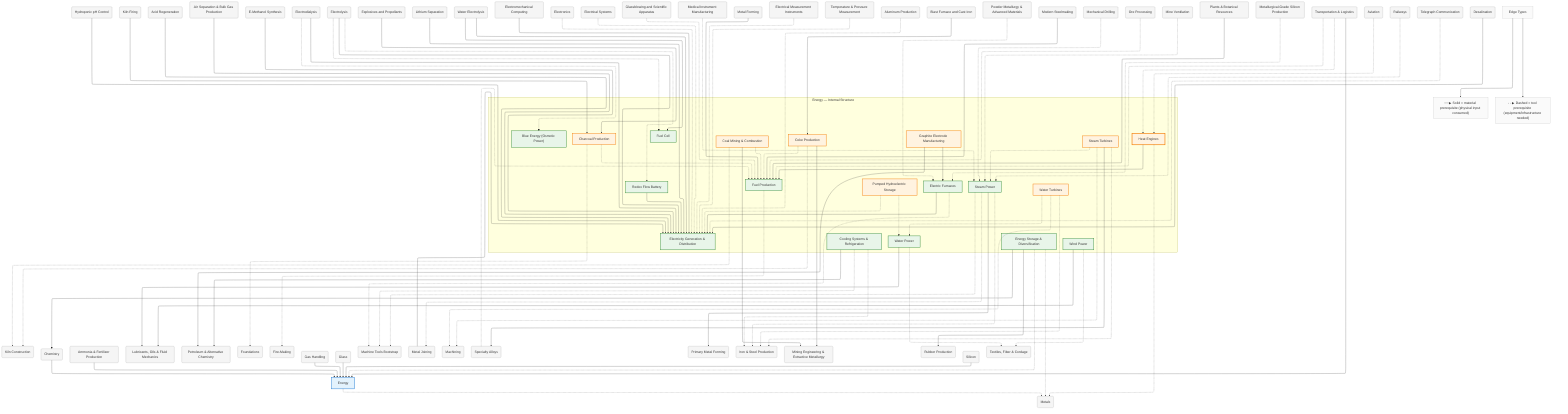
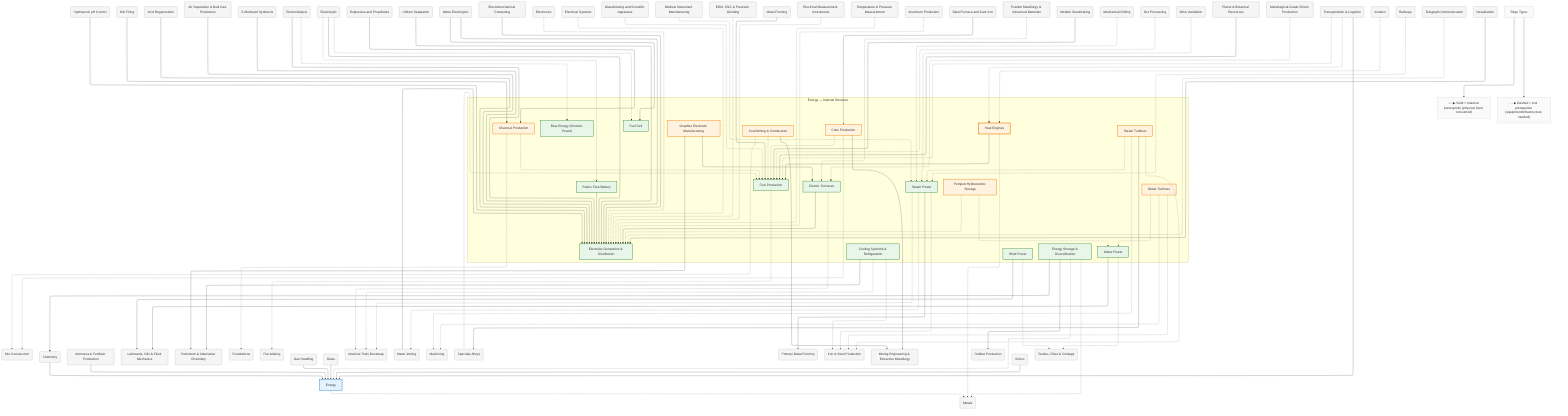
%%{init: {"flowchart": {"defaultRenderer": "elk", "htmlLabels": true}}}%%
graph TD
    %% Domain: Energy

    %% ==================== INTERNAL NODES ====================
    subgraph energy_internal ["Energy — Internal Structure"]
        direction TB
        energy_gravity["Water Power"]
        energy_wind["Wind Power"]
        energy_fuels["Fuel Production"]
        energy_fuels_charcoal["Charcoal Production"]
        energy_fuels_coal["Coal Mining & Combustion"]
        energy_fuels_coke["Coke Production"]
        energy_steam-power["Steam Power"]
        energy_engine["Heat Engines"]
        energy_electricity["Electricity Generation & Distribution"]
        energy_electric-furnaces["Electric Furnaces"]
        energy_cooling["Cooling Systems & Refrigeration"]
        energy_storage["Energy Storage & Diversification"]
        energy_steam-power_steam-turbines["Steam Turbines"]
        energy_gravity_water-turbines["Water Turbines"]
        energy_storage_pumped-hydro["Pumped Hydroelectric Storage"]
        energy_electric-furnaces_electrode-manufacturing["Graphite Electrode Manufacturing"]
        energy_redox-flow-battery["Redox Flow Battery"]
        energy_fuel-cell["Fuel Cell"]
        energy_blue-energy["Blue Energy (Osmotic Power)"]
    end

    %% ==================== DOMAIN NODE ====================
    energy["Energy"]

    %% ==================== EXTERNAL DEPENDENCIES ====================
    agriculture_hydroponic-ph-control("Hydroponic pH Control")
    ceramics_kilns("Kiln Construction")
    ceramics_pottery_kiln-firing("Kiln Firing")
    chemistry("Chemistry")
    chemistry_acid-regeneration("Acid Regeneration")
    chemistry_air-separation("Air Separation & Bulk Gas Production")
    chemistry_ammonia("Ammonia & Fertilizer Production")
    chemistry_e-methanol("E-Methanol Synthesis")
    chemistry_electrodialysis("Electrodialysis")
    chemistry_electrolysis("Electrolysis")
    chemistry_explosives("Explosives and Propellants")
    chemistry_lithium-separation("Lithium Separation")
    chemistry_lubricants("Lubricants, Oils & Fluid Mechanics")
    chemistry_petroleum-alternatives("Petroleum & Alternative Chemistry")
    chemistry_water-electrolysis("Water Electrolysis")
    computing_electromechanical("Electromechanical Computing")
    electronics("Electronics")
    electronics_electrical-systems("Electrical Systems")
    foundations("Foundations")
    foundations_fire("Fire-Making")
    gas-handling("Gas Handling")
    glass("Glass")
    glass_advanced_glassblowing("Glassblowing and Scientific Apparatus")
    health_medical-instruments("Medical Instrument Manufacturing")
    machine-tools("Machine Tools Bootstrap")
+     machine-tools_edm-cnc("EDM, CNC & Precision Grinding")
    machine-tools_forming("Metal Forming")
    machine-tools_joining("Metal Joining")
    machine-tools_machining("Machining")
    measurement_electrical-instruments("Electrical Measurement Instruments")
    measurement_temperature-pressure("Temperature & Pressure Measurement")
    metals("Metals")
    metals_alloys("Specialty Alloys")
    metals_aluminum("Aluminum Production")
    metals_forming("Primary Metal Forming")
    metals_iron-steel("Iron & Steel Production")
    metals_iron-steel_blast-furnace("Blast Furnace and Cast Iron")
    metals_powder-metallurgy("Powder Metallurgy & Advanced Materials")
    metals_steelmaking("Modern Steelmaking")
    mining("Mining Engineering & Extractive Metallurgy")
    mining_drilling("Mechanical Drilling")
    mining_processing("Ore Processing")
    mining_ventilation("Mine Ventilation")
    plants("Plants & Botanical Resources")
    polymers_rubber("Rubber Production")
    silicon("Silicon")
    silicon_mg-si-production("Metallurgical-Grade Silicon Production")
    textiles("Textiles, Fiber & Cordage")
    transport("Transportation & Logistics")
    transport_aviation("Aviation")
    transport_railways("Railways")
    transport_telegraph("Telegraph Communication")
    water_desalination("Desalination")

    %% ==================== EDGES ====================
    energy_electric-furnaces --> energy_electricity
    energy_storage -.-> energy
    energy_fuels_charcoal -.-> energy_fuels
    energy_fuels_coal -.-> energy_fuels
    energy_fuels_coke -.-> energy_fuels
    energy_engine --> energy_fuels
    energy_steam-power_steam-turbines -.-> energy_steam-power
    energy_gravity_water-turbines -.-> energy_gravity
    energy_storage_pumped-hydro -.-> energy_gravity
    energy_storage_pumped-hydro -.-> energy_electricity
    energy_electric-furnaces_electrode-manufacturing --> energy_electric-furnaces
    energy_redox-flow-battery --> energy_electricity
    energy_gravity -.-> textiles
    energy_wind -.-> textiles
    energy_gravity --> chemistry_lubricants
    energy_wind --> chemistry_lubricants
    energy -.-> metals
    energy_fuels_coal -.-> ceramics_kilns
    energy_fuels_coke -.-> ceramics_kilns
    energy_fuels_coal --> mining
    energy_fuels_coke --> mining
    energy_steam-power -.-> machine-tools
    energy_steam-power -.-> metals_iron-steel
    energy_steam-power -.-> machine-tools_joining
    energy_electric-furnaces -.-> machine-tools
    energy_cooling -.-> machine-tools
    energy_cooling -.-> metals_iron-steel
    energy_cooling --> chemistry_petroleum-alternatives
    chemistry_electrolysis --> energy_electricity
    machine-tools_joining --> energy_electricity
    chemistry --> energy
    glass --> energy
    gas-handling --> energy
    silicon --> energy
    silicon_mg-si-production -.-> energy_electric-furnaces
    chemistry_air-separation --> energy_electricity
    energy_storage --> chemistry
    energy_storage -.-> metals
    transport --> energy
    energy_fuels_charcoal -.-> foundations
    ceramics_pottery_kiln-firing --> energy_fuels_charcoal
    energy_fuels -.-> foundations_fire
    machine-tools_forming --> energy_fuels
+     machine-tools_edm-cnc -.-> energy_electricity
    computing_electromechanical --> energy_electricity
    mining_processing -.-> energy_fuels
    energy_storage --> polymers_rubber
    transport_railways -.-> energy_steam-power
    measurement_temperature-pressure -.-> energy_electricity
    energy_engine -.-> metals
    transport_aviation -.-> energy_engine
    transport -.-> energy_engine
    energy_steam-power_steam-turbines -.-> metals_iron-steel
    energy_steam-power_steam-turbines -.-> machine-tools_machining
    energy_gravity_water-turbines -.-> metals_iron-steel
    energy_gravity_water-turbines -.-> machine-tools_machining
    energy_electric-furnaces_electrode-manufacturing --> chemistry_petroleum-alternatives
    metals_iron-steel_blast-furnace --> energy_fuels_coke
    transport_telegraph -.-> energy_electricity
    chemistry_explosives --> energy_fuels_charcoal
    glass_advanced_glassblowing -.-> energy_fuels
    transport -.-> energy_fuels
    plants --> energy_fuels
    chemistry_ammonia --> energy
    metals_steelmaking --> energy_fuels
    metals_aluminum -.-> energy_electricity
    energy_steam-power_steam-turbines --> metals_alloys
    energy_steam-power --> metals_forming
    metals_powder-metallurgy -.-> energy_electric-furnaces
    metals_alloys -.-> energy_fuels
    mining_drilling -.-> energy_steam-power
    mining_ventilation -.-> energy_steam-power
    measurement_electrical-instruments -.-> energy_electricity
    health_medical-instruments -.-> energy_steam-power
    chemistry_electrolysis -.-> energy_redox-flow-battery
    chemistry_electrolysis -.-> energy_fuel-cell
    chemistry_water-electrolysis --> energy_electricity
    chemistry_e-methanol --> energy_electricity
    chemistry_electrodialysis --> energy_electricity
    water_desalination --> energy_electricity
    agriculture_hydroponic-ph-control --> energy_electricity
    chemistry_lithium-separation --> energy_electricity
    chemistry_acid-regeneration --> energy_electricity
    chemistry_water-electrolysis --> energy_fuel-cell
    chemistry_electrodialysis -.-> energy_blue-energy
    electronics -.-> energy_electricity
    electronics_electrical-systems -.-> energy_electricity

    %% ==================== EDGE TYPE LEGEND ====================
    EdgeLegend["Edge Types"]
    EdgeLegend --> MatNote["──▶ Solid = material prerequisite (physical input consumed)"]
    EdgeLegend --> ToolNote["- - ▶ Dashed = tool prerequisite (equipment/infrastructure needed)"]

    %% ==================== STYLING ====================
    classDef domain fill:#e3f2fd,stroke:#1976d2,stroke-width:2px
    classDef capability fill:#e8f5e9,stroke:#388e3c,stroke-width:2px
    classDef process fill:#fff3e0,stroke:#f57c00,stroke-width:2px
    classDef critical fill:#fff3e0,stroke:#f57c00,stroke-width:3px
    classDef earlyWin fill:#e8f5e9,stroke:#388e3c,stroke-width:3px
    classDef pinnacle fill:#fce4ec,stroke:#c62828,stroke-width:3px
    classDef external fill:#f5f5f5,stroke:#9e9e9e,stroke-width:1px
    classDef legend fill:#fafafa,stroke:#bdbdbd,stroke-width:1px
    class energy domain
    class energy_gravity capability
    class energy_wind capability
    class energy_fuels capability
    class energy_fuels_charcoal process
    class energy_fuels_coal process
    class energy_fuels_coke process
    class energy_steam-power capability
    class energy_engine critical
    class energy_electricity capability
    class energy_electric-furnaces capability
    class energy_cooling capability
    class energy_storage capability
    class energy_steam-power_steam-turbines process
    class energy_gravity_water-turbines process
    class energy_storage_pumped-hydro process
    class energy_electric-furnaces_electrode-manufacturing process
    class energy_redox-flow-battery capability
    class energy_fuel-cell capability
    class energy_blue-energy capability
    class agriculture_hydroponic-ph-control external
    class ceramics_kilns external
    class ceramics_pottery_kiln-firing external
    class chemistry external
    class chemistry_acid-regeneration external
    class chemistry_air-separation external
    class chemistry_ammonia external
    class chemistry_e-methanol external
    class chemistry_electrodialysis external
    class chemistry_electrolysis external
    class chemistry_explosives external
    class chemistry_lithium-separation external
    class chemistry_lubricants external
    class chemistry_petroleum-alternatives external
    class chemistry_water-electrolysis external
    class computing_electromechanical external
    class electronics external
    class electronics_electrical-systems external
    class foundations external
    class foundations_fire external
    class gas-handling external
    class glass external
    class glass_advanced_glassblowing external
    class health_medical-instruments external
    class machine-tools external
+     class machine-tools_edm-cnc external
    class machine-tools_forming external
    class machine-tools_joining external
    class machine-tools_machining external
    class measurement_electrical-instruments external
    class measurement_temperature-pressure external
    class metals external
    class metals_alloys external
    class metals_aluminum external
    class metals_forming external
    class metals_iron-steel external
    class metals_iron-steel_blast-furnace external
    class metals_powder-metallurgy external
    class metals_steelmaking external
    class mining external
    class mining_drilling external
    class mining_processing external
    class mining_ventilation external
    class plants external
    class polymers_rubber external
    class silicon external
    class silicon_mg-si-production external
    class textiles external
    class transport external
    class transport_aviation external
    class transport_railways external
    class transport_telegraph external
    class water_desalination external
    class EdgeLegend,MatNote,ToolNote legend
